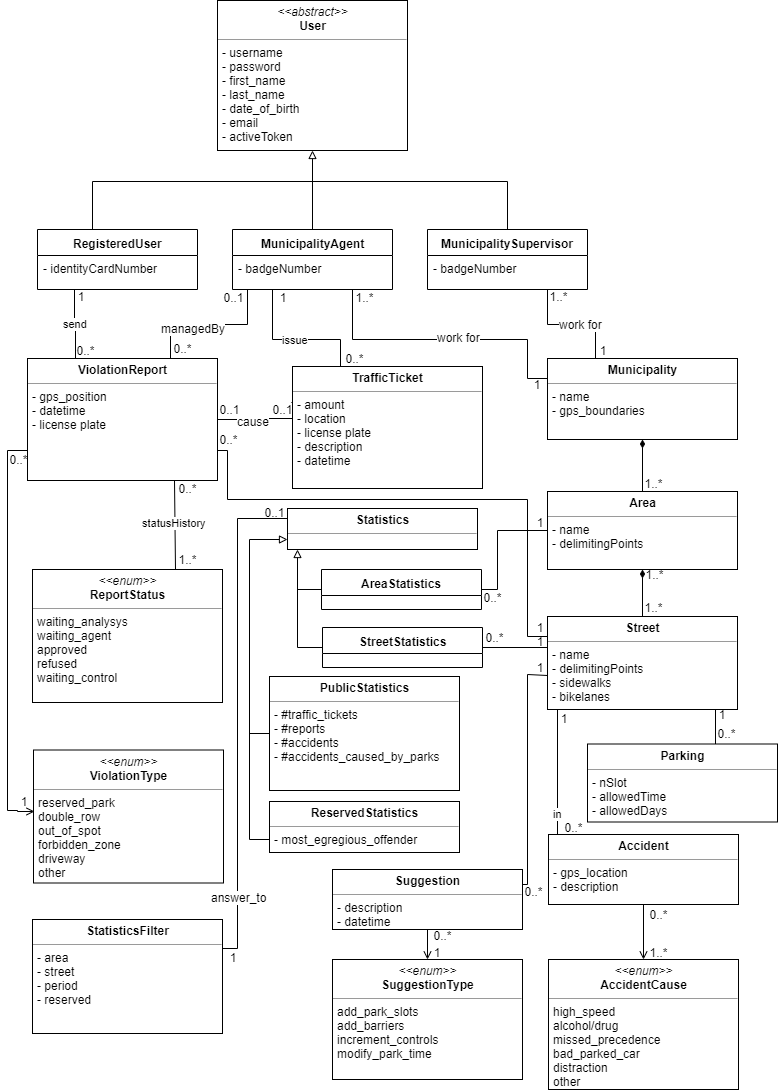
This is DD/img/ClassDiagramDD.png from SimoneSartoni/SoftwareEngineering2, a draw.io export, as it was before one commit. Source tidied: cells renumbered, new cells last; positions are measured from the earlier drawing's top-left corner, leaving out a move shared by most shapes.
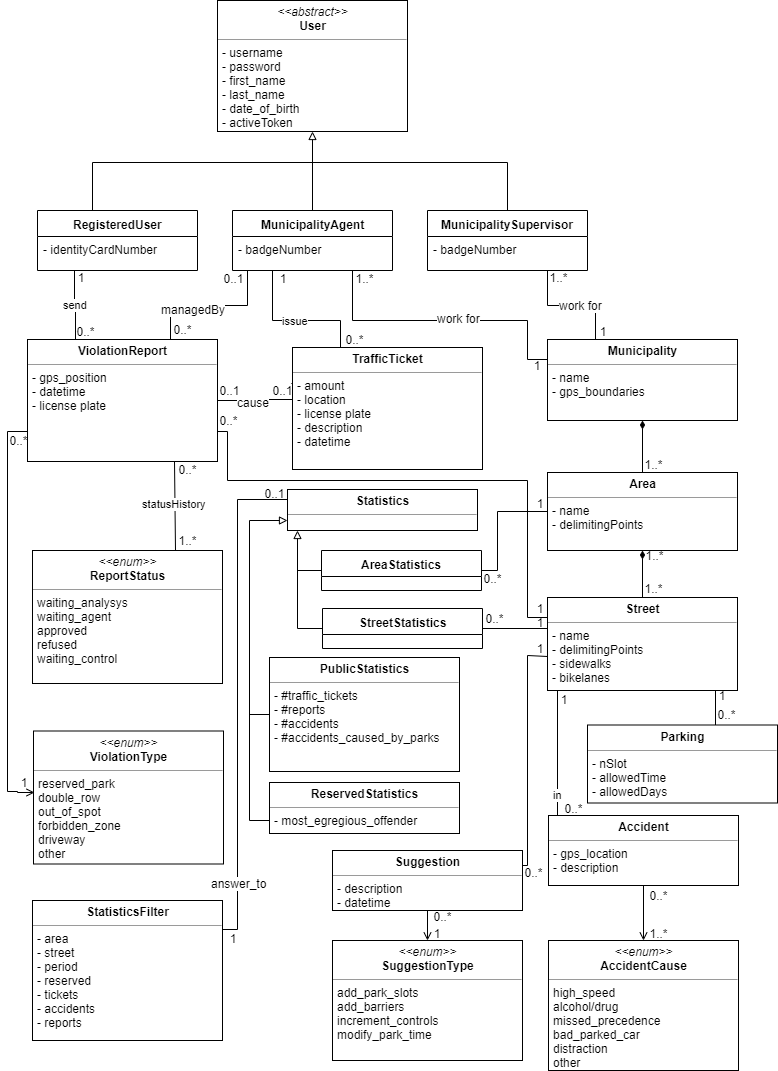
After the commit.

Change to the diagram source:
```diff
@@ -48,8 +48,8 @@
     <mxCell id="10" value="- badgeNumber" style="text;html=1;strokeColor=none;fillColor=none;align=left;verticalAlign=top;spacingLeft=4;spacingRight=4;whiteSpace=wrap;overflow=hidden;" parent="9" vertex="1">
       <mxGeometry y="26" width="160" height="26" as="geometry" />
     </mxCell>
-    <mxCell id="11" value="&lt;p style=&quot;margin: 0px ; margin-top: 4px ; text-align: center&quot;&gt;&lt;i&gt;&amp;lt;&amp;lt;abstract&amp;gt;&amp;gt;&lt;/i&gt;&lt;br&gt;&lt;b&gt;User&lt;/b&gt;&lt;/p&gt;&lt;hr size=&quot;1&quot;&gt;&lt;p style=&quot;margin: 0px ; margin-left: 4px&quot;&gt;- username&lt;/p&gt;&lt;p style=&quot;margin: 0px ; margin-left: 4px&quot;&gt;- password&lt;/p&gt;&lt;p style=&quot;margin: 0px ; margin-left: 4px&quot;&gt;- first_name&lt;/p&gt;&lt;p style=&quot;margin: 0px ; margin-left: 4px&quot;&gt;- last_name&lt;/p&gt;&lt;p style=&quot;margin: 0px ; margin-left: 4px&quot;&gt;- date_of_birth&lt;br&gt;- email&lt;/p&gt;&lt;p style=&quot;margin: 0px ; margin-left: 4px&quot;&gt;- activeToken&lt;/p&gt;" style="verticalAlign=top;align=left;overflow=fill;fontSize=12;fontFamily=Helvetica;html=1;rounded=0;shadow=0;comic=0;labelBackgroundColor=none;strokeColor=#000000;strokeWidth=1;fillColor=#ffffff;" parent="1" vertex="1">
-      <mxGeometry x="210" width="190" height="150" as="geometry" />
+    <mxCell id="11" value="&lt;p style=&quot;margin: 0px ; margin-top: 4px ; text-align: center&quot;&gt;&lt;i&gt;&amp;lt;&amp;lt;abstract&amp;gt;&amp;gt;&lt;/i&gt;&lt;br&gt;&lt;b&gt;User&lt;/b&gt;&lt;/p&gt;&lt;hr size=&quot;1&quot;&gt;&lt;p style=&quot;margin: 0px ; margin-left: 4px&quot;&gt;- username&lt;/p&gt;&lt;p style=&quot;margin: 0px ; margin-left: 4px&quot;&gt;- password&lt;/p&gt;&lt;p style=&quot;margin: 0px ; margin-left: 4px&quot;&gt;- first_name&lt;/p&gt;&lt;p style=&quot;margin: 0px ; margin-left: 4px&quot;&gt;- last_name&lt;/p&gt;&lt;p style=&quot;margin: 0px ; margin-left: 4px&quot;&gt;- date_of_birth&lt;br&gt;&lt;/p&gt;&lt;p style=&quot;margin: 0px ; margin-left: 4px&quot;&gt;- activeToken&lt;/p&gt;" style="verticalAlign=top;align=left;overflow=fill;fontSize=12;fontFamily=Helvetica;html=1;rounded=0;shadow=0;comic=0;labelBackgroundColor=none;strokeColor=#000000;strokeWidth=1;fillColor=#ffffff;" parent="1" vertex="1">
+      <mxGeometry x="210" y="19" width="190" height="131" as="geometry" />
     </mxCell>
     <mxCell id="12" style="edgeStyle=orthogonalEdgeStyle;rounded=0;jumpSize=6;jettySize=auto;html=1;exitX=0.5;exitY=0;exitDx=0;exitDy=0;endArrow=none;endFill=0;" parent="1" edge="1" source="15">
       <mxGeometry relative="1" as="geometry">
@@ -376,8 +376,8 @@
         <mxPoint y="-20" as="offset" />
       </mxGeometry>
     </mxCell>
-    <mxCell id="93" value="&lt;p style=&quot;margin: 0px ; margin-top: 4px ; text-align: center&quot;&gt;&lt;b&gt;StatisticsFilter&lt;/b&gt;&lt;/p&gt;&lt;hr size=&quot;1&quot;&gt;&lt;p style=&quot;margin: 0px ; margin-left: 4px&quot;&gt;&lt;span&gt;- area&lt;br&gt;&lt;/span&gt;&lt;/p&gt;&lt;p style=&quot;margin: 0px ; margin-left: 4px&quot;&gt;&lt;span&gt;- street&lt;/span&gt;&lt;/p&gt;&lt;p style=&quot;margin: 0px ; margin-left: 4px&quot;&gt;&lt;span&gt;- period&lt;/span&gt;&lt;/p&gt;&lt;p style=&quot;margin: 0px ; margin-left: 4px&quot;&gt;&lt;span&gt;- reserved&lt;/span&gt;&lt;/p&gt;" style="verticalAlign=top;align=left;overflow=fill;fontSize=12;fontFamily=Helvetica;html=1;rounded=0;shadow=0;comic=0;labelBackgroundColor=none;strokeColor=#000000;strokeWidth=1;fillColor=#ffffff;" parent="1" vertex="1">
-      <mxGeometry x="25" y="919" width="190" height="114" as="geometry" />
+    <mxCell id="93" value="&lt;p style=&quot;margin: 0px ; margin-top: 4px ; text-align: center&quot;&gt;&lt;b&gt;StatisticsFilter&lt;/b&gt;&lt;/p&gt;&lt;hr size=&quot;1&quot;&gt;&lt;p style=&quot;margin: 0px ; margin-left: 4px&quot;&gt;&lt;span&gt;- area&lt;br&gt;&lt;/span&gt;&lt;/p&gt;&lt;p style=&quot;margin: 0px ; margin-left: 4px&quot;&gt;&lt;span&gt;- street&lt;/span&gt;&lt;/p&gt;&lt;p style=&quot;margin: 0px ; margin-left: 4px&quot;&gt;&lt;span&gt;- period&lt;/span&gt;&lt;/p&gt;&lt;p style=&quot;margin: 0px ; margin-left: 4px&quot;&gt;&lt;span&gt;- reserved&lt;br&gt;- tickets&lt;br&gt;- accidents&lt;/span&gt;&lt;/p&gt;&lt;p style=&quot;margin: 0px ; margin-left: 4px&quot;&gt;&lt;span&gt;- reports&lt;/span&gt;&lt;/p&gt;" style="verticalAlign=top;align=left;overflow=fill;fontSize=12;fontFamily=Helvetica;html=1;rounded=0;shadow=0;comic=0;labelBackgroundColor=none;strokeColor=#000000;strokeWidth=1;fillColor=#ffffff;" parent="1" vertex="1">
+      <mxGeometry x="25" y="919" width="190" height="140" as="geometry" />
     </mxCell>
     <mxCell id="94" value="1" style="text;html=1;strokeColor=none;fillColor=none;align=center;verticalAlign=middle;whiteSpace=wrap;rounded=0;" parent="1" vertex="1">
       <mxGeometry x="220" y="952" width="10" height="10" as="geometry" />
```
